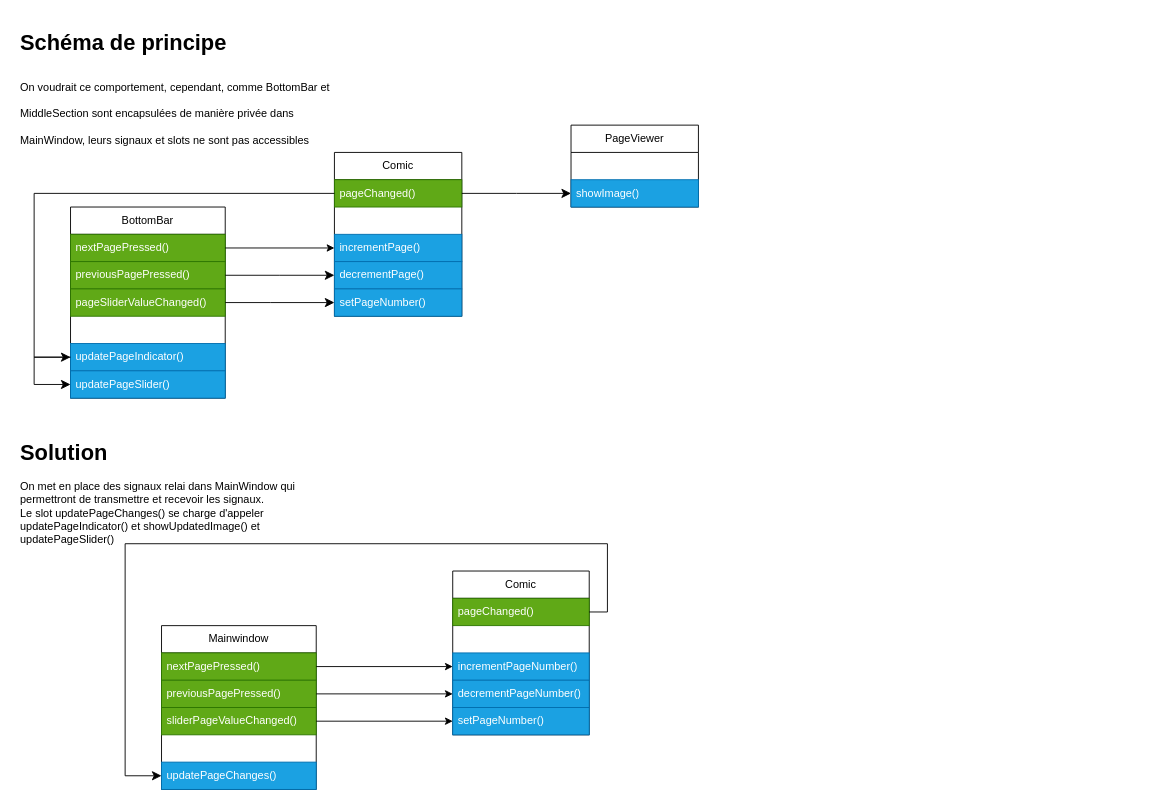
This is doc/design/signalsSlots_classes.drawio from nathanchandanson/Comic_book_reader, a draw.io file, before an edit. Source tidied: cells renumbered, new cells numbered last; positions are measured from the earlier drawing's top-left corner, leaving out a move shared by most shapes. Both pictures are drawn from the tidied source at 91%, with x=0, y=0 at pixel (15, 25).
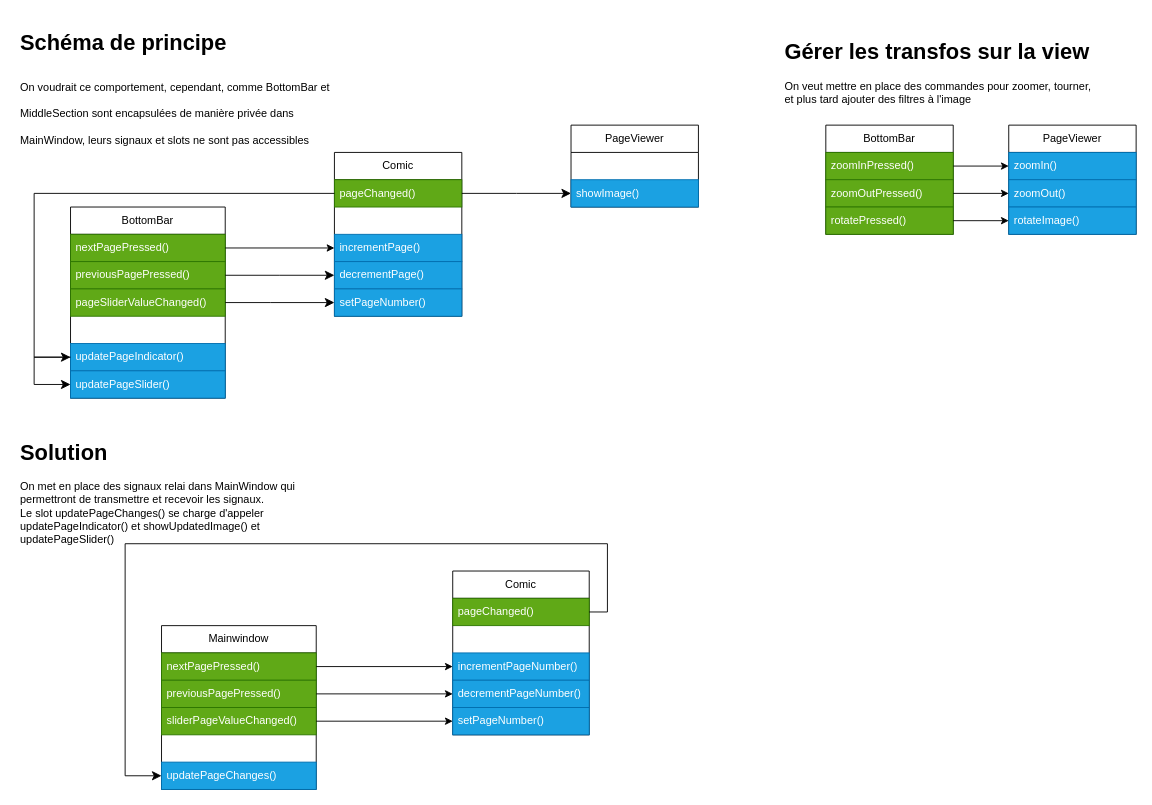
Above is the later version.

Diff of the diagram source:
```diff
@@
+    <mxCell id="42" value="BottomBar" style="swimlane;fontStyle=0;horizontal=1;startSize=30;whiteSpace=wrap;html=1;" parent="1" vertex="1">
+      <mxGeometry x="890" y="110" width="140" height="120" as="geometry" />
+    </mxCell>
+    <mxCell id="43" value="zoomInPressed()" style="text;strokeColor=#2D7600;fillColor=#60a917;align=left;verticalAlign=middle;spacingLeft=4;spacingRight=4;overflow=hidden;points=[[0,0.5],[1,0.5]];portConstraint=eastwest;whiteSpace=wrap;html=1;fontColor=#ffffff;" parent="42" vertex="1">
+      <mxGeometry y="30" width="140" height="30" as="geometry" />
+    </mxCell>
+    <mxCell id="44" value="zoomOutPressed()" style="text;strokeColor=#2D7600;fillColor=#60a917;align=left;verticalAlign=middle;spacingLeft=4;spacingRight=4;overflow=hidden;points=[[0,0.5],[1,0.5]];portConstraint=eastwest;whiteSpace=wrap;html=1;fontColor=#ffffff;" parent="42" vertex="1">
+      <mxGeometry y="60" width="140" height="30" as="geometry" />
+    </mxCell>
+    <mxCell id="45" value="rotatePressed()" style="text;strokeColor=#2D7600;fillColor=#60a917;align=left;verticalAlign=middle;spacingLeft=4;spacingRight=4;overflow=hidden;points=[[0,0.5],[1,0.5]];portConstraint=eastwest;whiteSpace=wrap;html=1;fontColor=#ffffff;" parent="42" vertex="1">
+      <mxGeometry y="90" width="140" height="30" as="geometry" />
+    </mxCell>
+    <mxCell id="46" value="PageViewer" style="swimlane;fontStyle=0;horizontal=1;startSize=30;whiteSpace=wrap;html=1;" parent="1" vertex="1">
+      <mxGeometry x="1091" y="110" width="140" height="120" as="geometry" />
+    </mxCell>
+    <mxCell id="47" value="zoomIn()" style="text;strokeColor=#006EAF;fillColor=#1ba1e2;align=left;verticalAlign=middle;spacingLeft=4;spacingRight=4;overflow=hidden;points=[[0,0.5],[1,0.5]];portConstraint=eastwest;whiteSpace=wrap;html=1;fontColor=#ffffff;" parent="46" vertex="1">
+      <mxGeometry y="30" width="140" height="30" as="geometry" />
+    </mxCell>
+    <mxCell id="48" value="zoomOut()" style="text;strokeColor=#006EAF;fillColor=#1ba1e2;align=left;verticalAlign=middle;spacingLeft=4;spacingRight=4;overflow=hidden;points=[[0,0.5],[1,0.5]];portConstraint=eastwest;whiteSpace=wrap;html=1;fontColor=#ffffff;" parent="46" vertex="1">
+      <mxGeometry y="60" width="140" height="30" as="geometry" />
+    </mxCell>
+    <mxCell id="49" value="rotateImage()" style="text;strokeColor=#006EAF;fillColor=#1ba1e2;align=left;verticalAlign=middle;spacingLeft=4;spacingRight=4;overflow=hidden;points=[[0,0.5],[1,0.5]];portConstraint=eastwest;whiteSpace=wrap;html=1;fontColor=#ffffff;" parent="46" vertex="1">
+      <mxGeometry y="90" width="140" height="30" as="geometry" />
+    </mxCell>
+    <mxCell id="50" value="&lt;h1&gt;&lt;span style=&quot;background-color: initial;&quot;&gt;Gérer les transfos sur la view&lt;/span&gt;&lt;/h1&gt;&lt;div&gt;&lt;span style=&quot;background-color: initial;&quot;&gt;On veut mettre en place des commandes pour zoomer, tourner, et plus tard ajouter des filtres à l'image&lt;/span&gt;&lt;/div&gt;&lt;div&gt;&lt;br&gt;&lt;/div&gt;" style="text;html=1;strokeColor=none;fillColor=none;spacing=5;spacingTop=-20;whiteSpace=wrap;overflow=hidden;rounded=0;" parent="1" vertex="1">
+      <mxGeometry x="840" y="10" width="350" height="100" as="geometry" />
+    </mxCell>
+    <mxCell id="51" style="edgeStyle=none;html=1;exitX=1;exitY=0.5;exitDx=0;exitDy=0;entryX=0;entryY=0.5;entryDx=0;entryDy=0;" parent="1" edge="1" source="43" target="47">
+      <mxGeometry relative="1" as="geometry" />
+    </mxCell>
+    <mxCell id="52" style="edgeStyle=none;html=1;exitX=1;exitY=0.5;exitDx=0;exitDy=0;entryX=0;entryY=0.5;entryDx=0;entryDy=0;" parent="1" edge="1" source="44" target="48">
+      <mxGeometry relative="1" as="geometry" />
+    </mxCell>
+    <mxCell id="53" style="edgeStyle=none;html=1;exitX=1;exitY=0.5;exitDx=0;exitDy=0;entryX=0;entryY=0.5;entryDx=0;entryDy=0;" parent="1" edge="1" source="45" target="49">
+      <mxGeometry relative="1" as="geometry" />
+    </mxCell>
```
